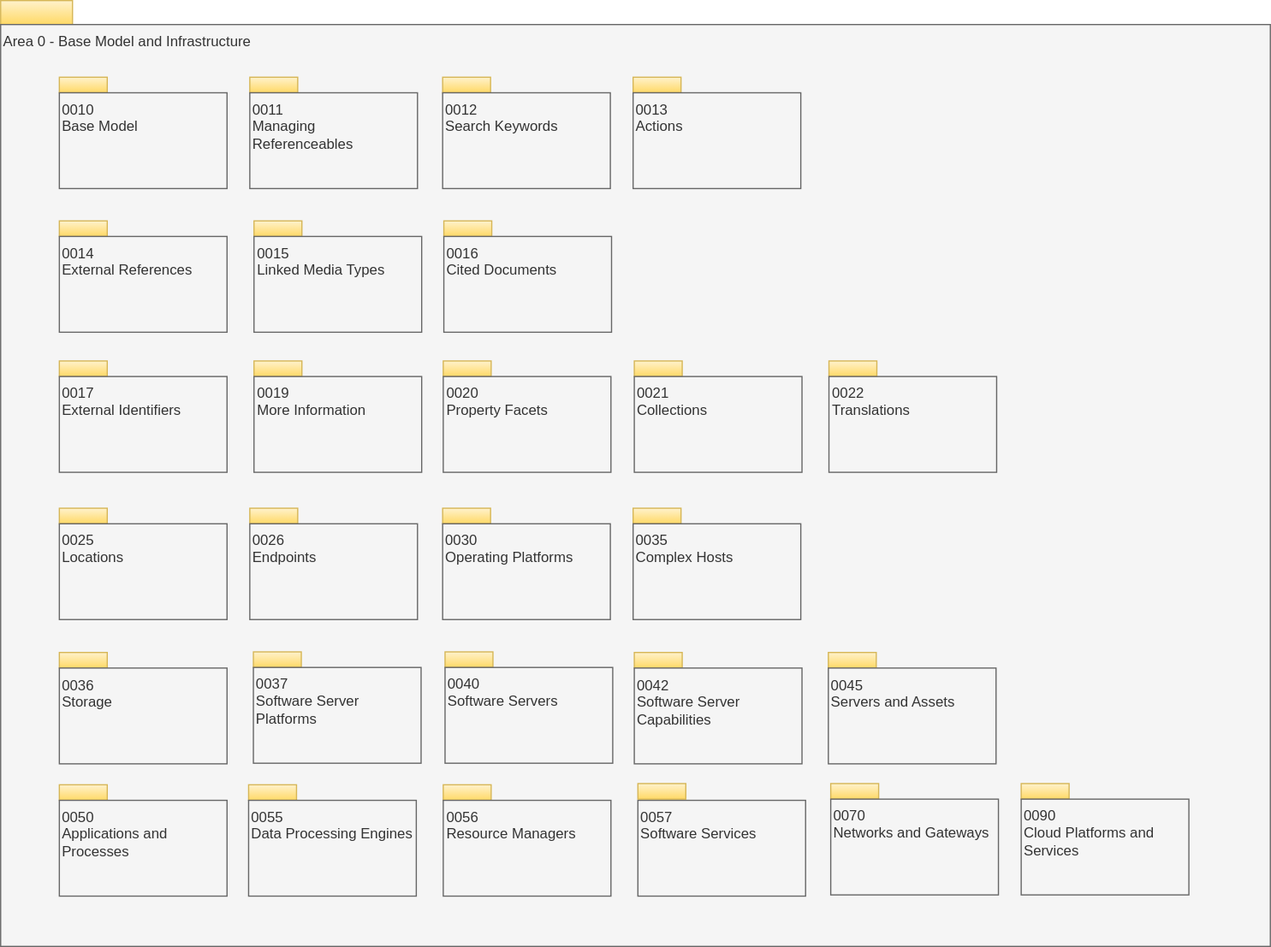
The draw.io diagram site/docs/types/0/area-0-basic-types-and-infrastructure-overview.svg in odpi/egeria-docs, before a commit. Source tidied: cells renumbered, new cells last; positions are measured from the earlier drawing's top-left corner, leaving out a move shared by most shapes.
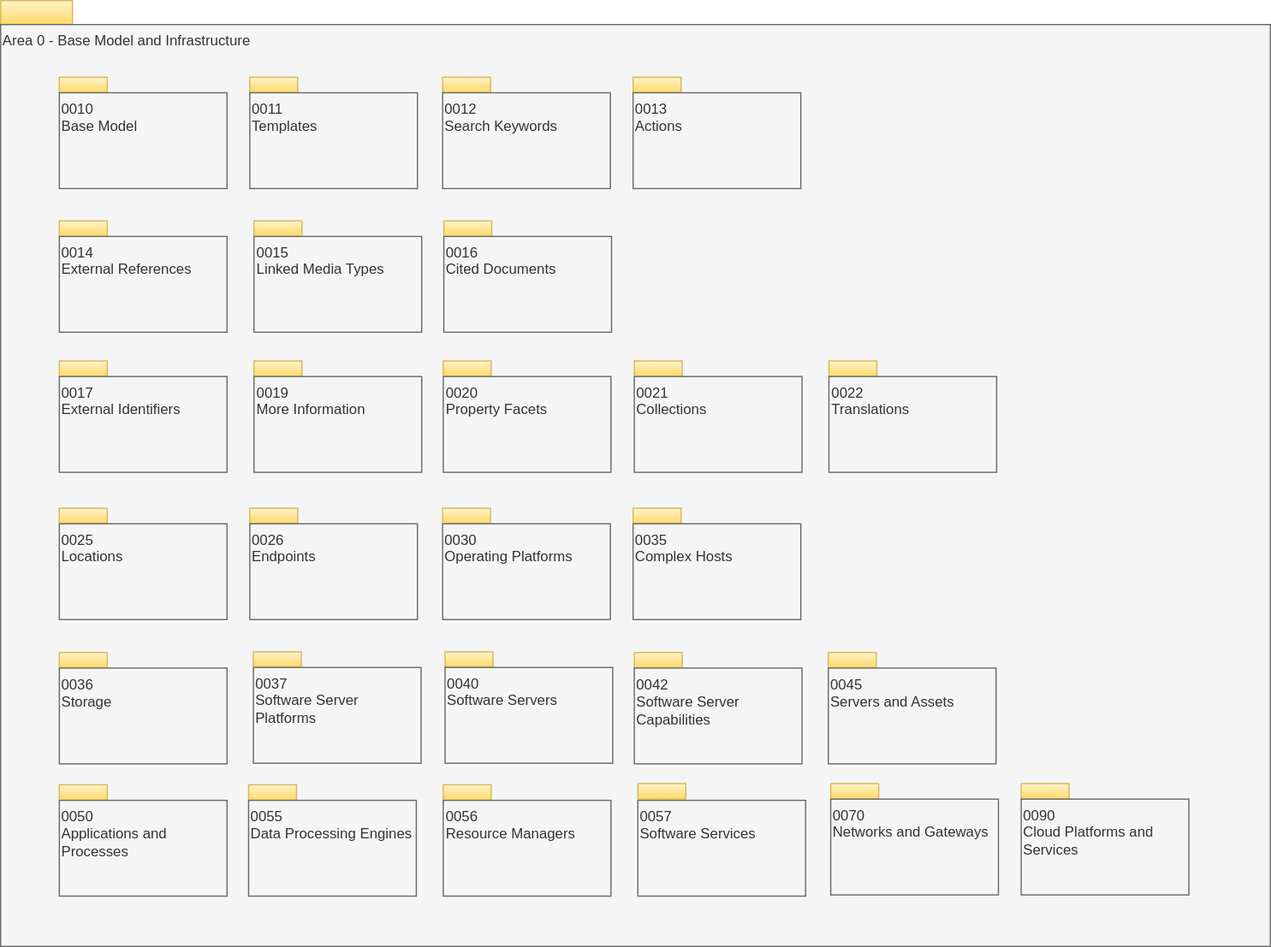
Later version of the same file.

What changed in the source:
```diff
@@ -89,7 +89,7 @@
     <mxCell id="30" style="rounded=0;whiteSpace=wrap;html=1;align=left;fillColor=#fff2cc;strokeColor=#d6b656;gradientColor=#ffd966;" parent="1" vertex="1">
       <mxGeometry x="208" y="64" width="40" height="13" as="geometry" />
     </mxCell>
-    <mxCell id="31" value="0011&lt;br&gt;Managing Referenceables" style="rounded=0;whiteSpace=wrap;html=1;align=left;verticalAlign=top;fillColor=#f5f5f5;fontColor=#333333;strokeColor=#666666;" parent="1" vertex="1">
+    <mxCell id="31" value="0011&lt;br&gt;Templates" style="rounded=0;whiteSpace=wrap;html=1;align=left;verticalAlign=top;fillColor=#f5f5f5;fontColor=#333333;strokeColor=#666666;" parent="1" vertex="1">
       <mxGeometry x="208" y="77" width="140" height="80" as="geometry" />
     </mxCell>
     <mxCell id="32" style="rounded=0;whiteSpace=wrap;html=1;align=left;fillColor=#fff2cc;strokeColor=#d6b656;gradientColor=#ffd966;" parent="1" vertex="1">
```
